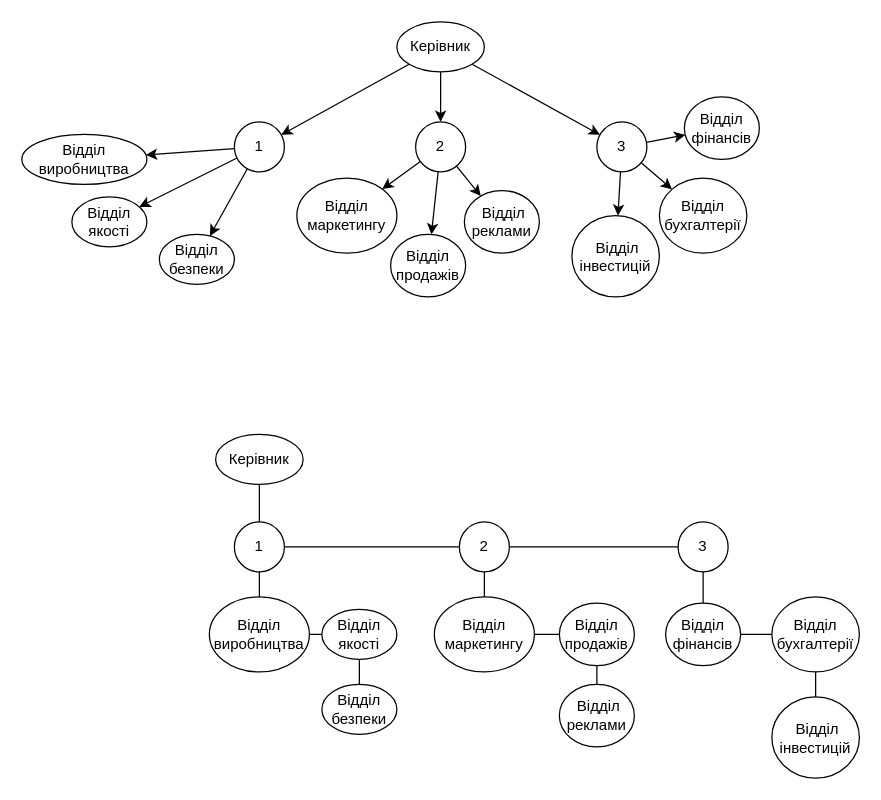
Above: АСД/Lab_4/m-арне дерево.drawio in Yarik-Za/KHAI_Labs_folder_Desktop_ (draw.io), before the change. Source tidied: cells renumbered, new cells numbered last; positions are measured from the earlier drawing's top-left corner, leaving out a move shared by most shapes. Both pictures are drawn from the tidied source at 125%, with x=0, y=0 at pixel (21, 21).
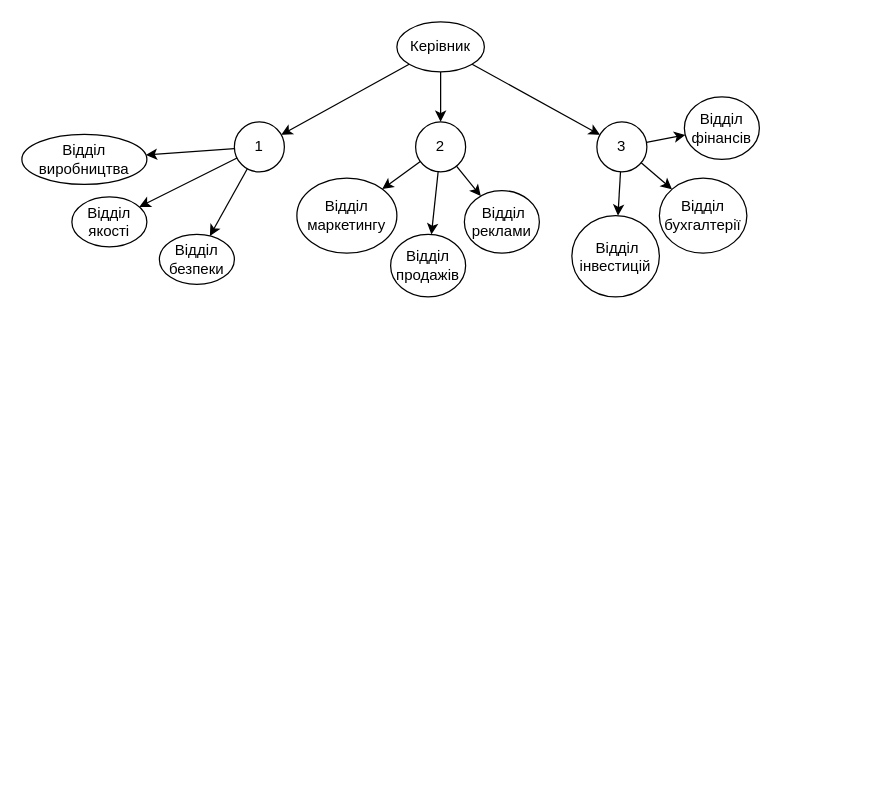
The same diagram, later.

Change to the diagram source:
```diff
@@
-    <mxCell id="27" style="edgeStyle=orthogonalEdgeStyle;rounded=0;jettySize=auto;html=1;endArrow=none;endFill=0;" parent="1" edge="1" source="28" target="32">
-      <mxGeometry relative="1" as="geometry" />
-    </mxCell>
-    <mxCell id="28" value="Керівник" style="ellipse;whiteSpace=wrap;html=1;" parent="1" vertex="1">
-      <mxGeometry x="155" y="330" width="70" height="40" as="geometry" />
-    </mxCell>
-    <mxCell id="29" style="edgeStyle=orthogonalEdgeStyle;rounded=0;jettySize=auto;html=1;endArrow=none;endFill=0;" parent="1" edge="1" source="32" target="35">
-      <mxGeometry relative="1" as="geometry" />
-    </mxCell>
-    <mxCell id="30" style="rounded=0;jettySize=auto;html=1;endArrow=none;endFill=0;" parent="1" edge="1" source="32" target="38">
-      <mxGeometry relative="1" as="geometry" />
-    </mxCell>
-    <mxCell id="31" style="edgeStyle=orthogonalEdgeStyle;rounded=0;jettySize=auto;html=1;endArrow=none;endFill=0;" parent="1" edge="1" source="38" target="40">
-      <mxGeometry relative="1" as="geometry" />
-    </mxCell>
-    <mxCell id="32" value="1" style="ellipse;whiteSpace=wrap;html=1;" parent="1" vertex="1">
-      <mxGeometry x="170" y="400" width="40" height="40" as="geometry" />
-    </mxCell>
-    <mxCell id="33" style="edgeStyle=orthogonalEdgeStyle;rounded=0;jettySize=auto;html=1;endArrow=none;endFill=0;" parent="1" edge="1" source="35" target="37">
-      <mxGeometry relative="1" as="geometry" />
-    </mxCell>
-    <mxCell id="34" style="edgeStyle=orthogonalEdgeStyle;rounded=0;jettySize=auto;html=1;endArrow=none;endFill=0;" parent="1" edge="1" source="35" target="43">
-      <mxGeometry relative="1" as="geometry" />
-    </mxCell>
-    <mxCell id="35" value="2" style="ellipse;whiteSpace=wrap;html=1;" parent="1" vertex="1">
-      <mxGeometry x="350" y="400" width="40" height="40" as="geometry" />
-    </mxCell>
-    <mxCell id="36" style="edgeStyle=orthogonalEdgeStyle;rounded=0;jettySize=auto;html=1;endArrow=none;endFill=0;" parent="1" edge="1" source="37" target="48">
-      <mxGeometry relative="1" as="geometry" />
-    </mxCell>
-    <mxCell id="37" value="3" style="ellipse;whiteSpace=wrap;html=1;" parent="1" vertex="1">
-      <mxGeometry x="525" y="400" width="40" height="40" as="geometry" />
-    </mxCell>
-    <mxCell id="38" value="Відділ виробництва" style="ellipse;whiteSpace=wrap;html=1;" parent="1" vertex="1">
-      <mxGeometry x="150" y="460" width="80" height="60" as="geometry" />
-    </mxCell>
-    <mxCell id="39" style="edgeStyle=orthogonalEdgeStyle;rounded=0;jettySize=auto;html=1;endArrow=none;endFill=0;" parent="1" edge="1" source="40" target="41">
-      <mxGeometry relative="1" as="geometry" />
-    </mxCell>
-    <mxCell id="40" value="Відділ якості" style="ellipse;whiteSpace=wrap;html=1;" parent="1" vertex="1">
-      <mxGeometry x="240" y="470" width="60" height="40" as="geometry" />
-    </mxCell>
-    <mxCell id="41" value="Відділ безпеки" style="ellipse;whiteSpace=wrap;html=1;" parent="1" vertex="1">
-      <mxGeometry x="240" y="530" width="60" height="40" as="geometry" />
-    </mxCell>
-    <mxCell id="42" style="edgeStyle=orthogonalEdgeStyle;rounded=0;jettySize=auto;html=1;endArrow=none;endFill=0;" parent="1" edge="1" source="43" target="45">
-      <mxGeometry relative="1" as="geometry">
-        <Array as="points">
-          <mxPoint x="420" y="490" />
-          <mxPoint x="420" y="490" />
-        </Array>
-      </mxGeometry>
-    </mxCell>
-    <mxCell id="43" value="Відділ маркетингу" style="ellipse;whiteSpace=wrap;html=1;" parent="1" vertex="1">
-      <mxGeometry x="330" y="460" width="80" height="60" as="geometry" />
-    </mxCell>
-    <mxCell id="44" style="edgeStyle=orthogonalEdgeStyle;rounded=0;jettySize=auto;html=1;endArrow=none;endFill=0;" parent="1" edge="1" source="45" target="46">
-      <mxGeometry relative="1" as="geometry" />
-    </mxCell>
-    <mxCell id="45" value="Відділ продажів" style="ellipse;whiteSpace=wrap;html=1;" parent="1" vertex="1">
-      <mxGeometry x="430" y="465" width="60" height="50" as="geometry" />
-    </mxCell>
-    <mxCell id="46" value="&amp;nbsp;Відділ реклами" style="ellipse;whiteSpace=wrap;html=1;" parent="1" vertex="1">
-      <mxGeometry x="430" y="530" width="60" height="50" as="geometry" />
-    </mxCell>
-    <mxCell id="47" style="edgeStyle=orthogonalEdgeStyle;rounded=0;jettySize=auto;html=1;endArrow=none;endFill=0;" parent="1" edge="1" source="48" target="50">
-      <mxGeometry relative="1" as="geometry" />
-    </mxCell>
-    <mxCell id="48" value="Відділ фінансів" style="ellipse;whiteSpace=wrap;html=1;" parent="1" vertex="1">
-      <mxGeometry x="515" y="465" width="60" height="50" as="geometry" />
-    </mxCell>
-    <mxCell id="49" style="edgeStyle=orthogonalEdgeStyle;rounded=0;jettySize=auto;html=1;endArrow=none;endFill=0;" parent="1" edge="1" source="50" target="51">
-      <mxGeometry relative="1" as="geometry" />
-    </mxCell>
-    <mxCell id="50" value="Відділ бухгалтерії" style="ellipse;whiteSpace=wrap;html=1;" parent="1" vertex="1">
-      <mxGeometry x="600" y="460" width="70" height="60" as="geometry" />
-    </mxCell>
-    <mxCell id="51" value="&amp;nbsp;Відділ інвестицій" style="ellipse;whiteSpace=wrap;html=1;" parent="1" vertex="1">
-      <mxGeometry x="600" y="540" width="70" height="65" as="geometry" />
-    </mxCell>
```
